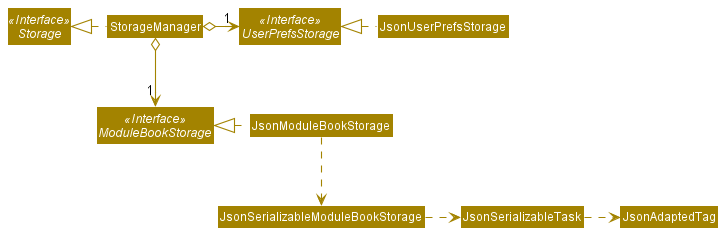
The PlantUML diagram docs/images/StorageClassDiagram.png in nus-cs2103-AY2021S2/tp, before a commit.
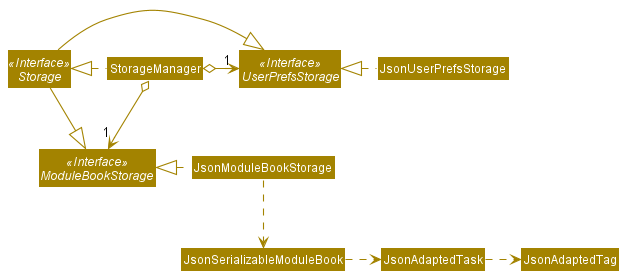
Later version of the same file.

The edit, as a diff of the source:
```diff
@@ -16,9 +16,12 @@
 StorageManager o-right-> "1" UserPrefsStorage
 StorageManager o--> "1" ModuleBookStorage
 
+Storage -|> UserPrefsStorage
+Storage -|> ModuleBookStorage
+
 JsonUserPrefsStorage .left.|> UserPrefsStorage
 JsonModuleBookStorage .left.|> ModuleBookStorage
-JsonModuleBookStorage .down.> JsonSerializableModuleBookStorage
-JsonSerializableModuleBookStorage .right.> JsonSerializableTask
-JsonSerializableTask .right.> JsonAdaptedTag
+JsonModuleBookStorage .down.> JsonSerializableModuleBook
+JsonSerializableModuleBook .right.> JsonAdaptedTask
+JsonAdaptedTask .right.> JsonAdaptedTag
 @enduml
```
